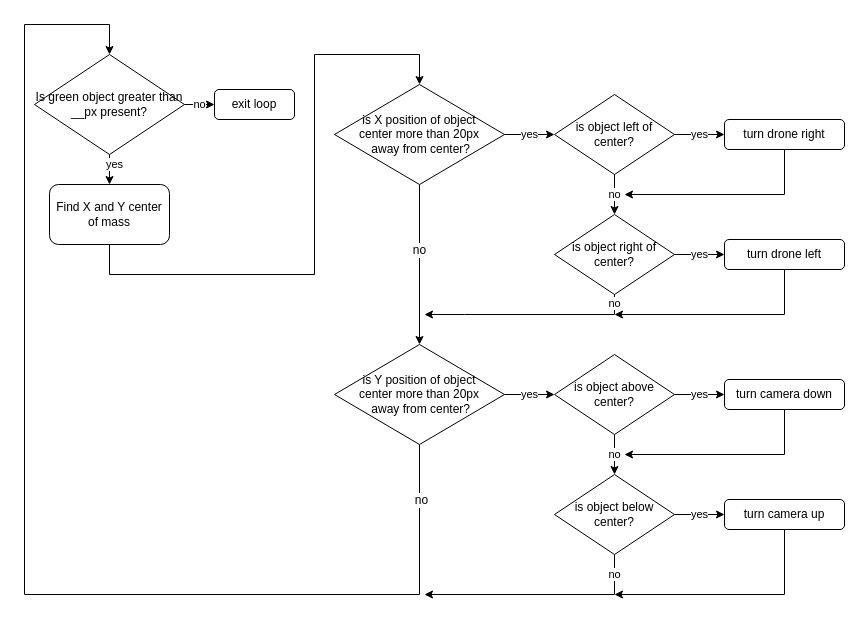
Before: Drone tracking flow chart.drawio in rlew631/ObjectTrackingDrone, a draw.io diagram. Source tidied: cells renumbered, new cells numbered last; positions are measured from the earlier drawing's top-left corner, leaving out a move shared by most shapes. Both pictures are drawn from the tidied source at 100%, with x=0, y=0 at pixel (24, 24).
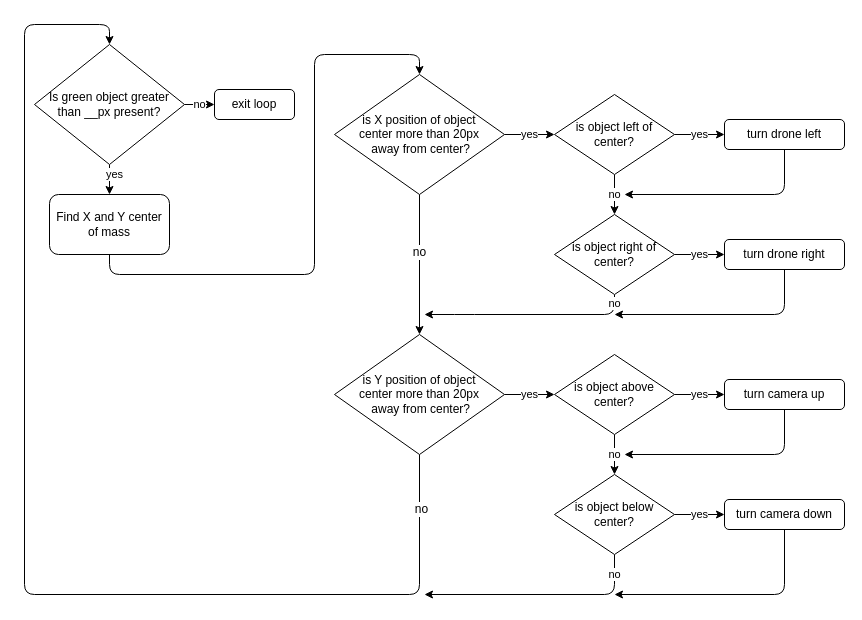
The same diagram, later.

Commit message (it also covers changes not shown here):
Added Process Diagram

Unchanged cells that the change refers to:
```xml
<mxCell id="18" value="is object right of center?" style="rhombus;whiteSpace=wrap;html=1;" parent="1" vertex="1">
  <mxGeometry x="530" y="190" width="120" height="80" as="geometry" />
</mxCell>
<mxCell id="32" value="is object below center?" style="rhombus;whiteSpace=wrap;html=1;" parent="1" vertex="1">
  <mxGeometry x="530" y="450" width="120" height="80" as="geometry" />
</mxCell>
```

Diff of the diagram source:
```diff
@@
-    <mxCell id="4" value="Is green object greater than __px present?" style="rhombus;whiteSpace=wrap;html=1;" parent="1" vertex="1">
-      <mxGeometry x="10" y="30" width="150" height="100" as="geometry" />
+    <mxCell id="4" value="Is green object greater&lt;br&gt;than __px present?" style="rhombus;whiteSpace=wrap;html=1;" parent="1" vertex="1">
+      <mxGeometry x="10" y="20" width="150" height="120" as="geometry" />
     </mxCell>
-    <mxCell id="5" style="edgeStyle=orthogonalEdgeStyle;rounded=0;jettySize=auto;html=1;exitX=0.5;exitY=1;exitDx=0;exitDy=0;entryX=0.5;entryY=0;entryDx=0;entryDy=0;" parent="1" edge="1" source="6" target="10">
+    <mxCell id="5" style="edgeStyle=orthogonalEdgeStyle;rounded=1;jettySize=auto;html=1;exitX=0.5;exitY=1;exitDx=0;exitDy=0;entryX=0.5;entryY=0;entryDx=0;entryDy=0;" parent="1" edge="1" source="6" target="10">
       <mxGeometry relative="1" as="geometry">
         <Array as="points">
           <mxPoint x="85" y="250" />
           <mxPoint x="290" y="250" />
           <mxPoint x="290" y="30" />
           <mxPoint x="395" y="30" />
         </Array>
       </mxGeometry>
     </mxCell>
     <mxCell id="6" value="Find X and Y center of mass" style="rounded=1;whiteSpace=wrap;html=1;" parent="1" vertex="1">
-      <mxGeometry x="25" y="160" width="120" height="60" as="geometry" />
+      <mxGeometry x="25" y="170" width="120" height="60" as="geometry" />
     </mxCell>
@@
     <mxCell id="10" value="is X position of object &lt;br&gt;center more than 20px&lt;br&gt;&amp;nbsp;away from center?" style="rhombus;whiteSpace=wrap;html=1;" parent="1" vertex="1">
-      <mxGeometry x="310" y="60" width="170" height="100" as="geometry" />
+      <mxGeometry x="310" y="50" width="170" height="120" as="geometry" />
     </mxCell>
@@
-    <mxCell id="14" style="edgeStyle=orthogonalEdgeStyle;rounded=0;jettySize=auto;html=1;exitX=0.5;exitY=1;exitDx=0;exitDy=0;" parent="1" edge="1" source="15">
+    <mxCell id="14" style="edgeStyle=orthogonalEdgeStyle;rounded=1;jettySize=auto;html=1;exitX=0.5;exitY=1;exitDx=0;exitDy=0;" parent="1" edge="1" source="15">
       <mxGeometry relative="1" as="geometry">
         <mxPoint x="600" y="170" as="targetPoint" />
         <Array as="points">
           <mxPoint x="760" y="170" />
         </Array>
       </mxGeometry>
     </mxCell>
-    <mxCell id="15" value="turn drone right" style="rounded=1;whiteSpace=wrap;html=1;" parent="1" vertex="1">
+    <mxCell id="15" value="turn drone left" style="rounded=1;whiteSpace=wrap;html=1;" parent="1" vertex="1">
       <mxGeometry x="700" y="95" width="120" height="30" as="geometry" />
     </mxCell>
@@
-    <mxCell id="17" value="no" style="edgeStyle=orthogonalEdgeStyle;rounded=0;jettySize=auto;html=1;exitX=0.5;exitY=1;exitDx=0;exitDy=0;" parent="1" edge="1" source="18">
+    <mxCell id="17" value="no" style="edgeStyle=orthogonalEdgeStyle;rounded=1;jettySize=auto;html=1;exitX=0.5;exitY=1;exitDx=0;exitDy=0;" parent="1" edge="1" source="18">
       <mxGeometry x="-0.91" relative="1" as="geometry">
         <mxPoint x="400" y="290" as="targetPoint" />
         <Array as="points">
           <mxPoint x="590" y="290" />
           <mxPoint x="440" y="290" />
         </Array>
       </mxGeometry>
     </mxCell>
@@
-    <mxCell id="19" style="edgeStyle=orthogonalEdgeStyle;rounded=0;jettySize=auto;html=1;exitX=0.5;exitY=1;exitDx=0;exitDy=0;" parent="1" edge="1" source="20">
+    <mxCell id="19" style="edgeStyle=orthogonalEdgeStyle;rounded=1;jettySize=auto;html=1;exitX=0.5;exitY=1;exitDx=0;exitDy=0;" parent="1" edge="1" source="20">
       <mxGeometry relative="1" as="geometry">
         <mxPoint x="590" y="290" as="targetPoint" />
         <Array as="points">
           <mxPoint x="760" y="290" />
         </Array>
       </mxGeometry>
     </mxCell>
-    <mxCell id="20" value="turn drone left" style="rounded=1;whiteSpace=wrap;html=1;" parent="1" vertex="1">
+    <mxCell id="20" value="turn drone right" style="rounded=1;whiteSpace=wrap;html=1;" parent="1" vertex="1">
       <mxGeometry x="700" y="215" width="120" height="30" as="geometry" />
     </mxCell>
@@
-    <mxCell id="22" style="edgeStyle=orthogonalEdgeStyle;rounded=0;jettySize=auto;html=1;exitX=0.5;exitY=1;exitDx=0;exitDy=0;entryX=0.5;entryY=0;entryDx=0;entryDy=0;" parent="1" edge="1" source="24" target="4">
+    <mxCell id="22" style="edgeStyle=orthogonalEdgeStyle;rounded=1;jettySize=auto;html=1;exitX=0.5;exitY=1;exitDx=0;exitDy=0;entryX=0.5;entryY=0;entryDx=0;entryDy=0;" parent="1" edge="1" source="24" target="4">
       <mxGeometry relative="1" as="geometry">
         <Array as="points">
           <mxPoint x="395" y="570" />
           <mxPoint y="570" />
           <mxPoint />
           <mxPoint x="85" />
         </Array>
       </mxGeometry>
     </mxCell>
@@
     <mxCell id="24" value="is Y position of object &lt;br&gt;center more than 20px&lt;br&gt;&amp;nbsp;away from center?" style="rhombus;whiteSpace=wrap;html=1;" parent="1" vertex="1">
-      <mxGeometry x="310" y="320" width="170" height="100" as="geometry" />
+      <mxGeometry x="310" y="310" width="170" height="120" as="geometry" />
     </mxCell>
@@
-    <mxCell id="28" style="edgeStyle=orthogonalEdgeStyle;rounded=0;jettySize=auto;html=1;exitX=0.5;exitY=1;exitDx=0;exitDy=0;" parent="1" edge="1" source="29">
+    <mxCell id="28" style="edgeStyle=orthogonalEdgeStyle;rounded=1;jettySize=auto;html=1;exitX=0.5;exitY=1;exitDx=0;exitDy=0;" parent="1" edge="1" source="29">
       <mxGeometry relative="1" as="geometry">
         <mxPoint x="600" y="430" as="targetPoint" />
         <Array as="points">
           <mxPoint x="760" y="430" />
         </Array>
       </mxGeometry>
     </mxCell>
-    <mxCell id="29" value="turn camera down" style="rounded=1;whiteSpace=wrap;html=1;" parent="1" vertex="1">
+    <mxCell id="29" value="turn camera up" style="rounded=1;whiteSpace=wrap;html=1;" parent="1" vertex="1">
       <mxGeometry x="700" y="355" width="120" height="30" as="geometry" />
     </mxCell>
@@
-    <mxCell id="31" value="no" style="edgeStyle=orthogonalEdgeStyle;rounded=0;jettySize=auto;html=1;exitX=0.5;exitY=1;exitDx=0;exitDy=0;" parent="1" edge="1" source="32">
+    <mxCell id="31" value="no" style="edgeStyle=orthogonalEdgeStyle;rounded=1;jettySize=auto;html=1;exitX=0.5;exitY=1;exitDx=0;exitDy=0;" parent="1" edge="1" source="32">
       <mxGeometry x="-0.83" relative="1" as="geometry">
         <mxPoint x="400" y="570" as="targetPoint" />
         <Array as="points">
           <mxPoint x="590" y="570" />
           <mxPoint x="400" y="570" />
         </Array>
       </mxGeometry>
     </mxCell>
@@
-    <mxCell id="33" style="edgeStyle=orthogonalEdgeStyle;rounded=0;jettySize=auto;html=1;exitX=0.5;exitY=1;exitDx=0;exitDy=0;" parent="1" edge="1" source="34">
+    <mxCell id="33" style="edgeStyle=orthogonalEdgeStyle;rounded=1;jettySize=auto;html=1;exitX=0.5;exitY=1;exitDx=0;exitDy=0;" parent="1" edge="1" source="34">
       <mxGeometry relative="1" as="geometry">
         <mxPoint x="590" y="570" as="targetPoint" />
         <Array as="points">
           <mxPoint x="760" y="570" />
         </Array>
       </mxGeometry>
     </mxCell>
-    <mxCell id="34" value="turn camera up" style="rounded=1;whiteSpace=wrap;html=1;" parent="1" vertex="1">
+    <mxCell id="34" value="turn camera down" style="rounded=1;whiteSpace=wrap;html=1;" parent="1" vertex="1">
       <mxGeometry x="700" y="475" width="120" height="30" as="geometry" />
     </mxCell>
```
